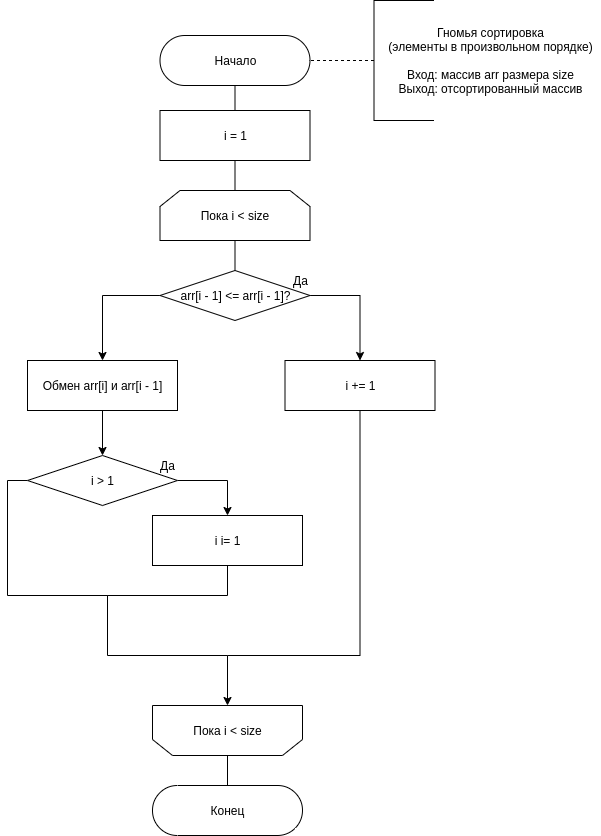
The draw.io diagram lab_03/docs/img/gnome_scheme.png in amunra2/aa-bmstu-iu7, before a commit. Source tidied: cells renumbered, new cells last; positions are measured from the earlier drawing's top-left corner, leaving out a move shared by most shapes.
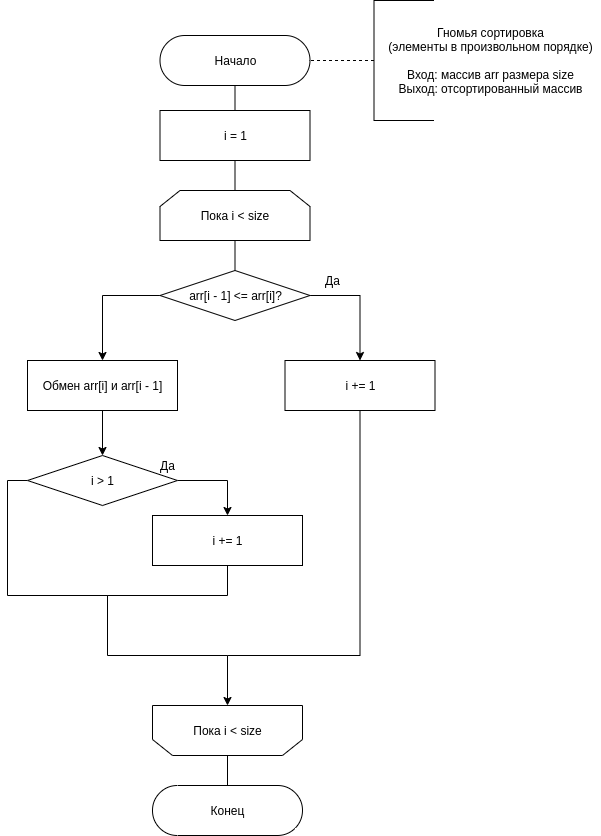
The same diagram one commit later.

Diff of the diagram source:
```diff
@@ -36,7 +36,7 @@
     <mxCell id="11" style="edgeStyle=orthogonalEdgeStyle;rounded=0;jettySize=auto;html=1;exitX=0;exitY=0.5;exitDx=0;exitDy=0;entryX=0.5;entryY=0;entryDx=0;entryDy=0;" parent="1" edge="1" source="12" target="22">
       <mxGeometry relative="1" as="geometry" />
     </mxCell>
-    <mxCell id="12" value="arr[i - 1] &amp;lt;= arr[i - 1]?" style="shape=rhombus;html=1;dashed=0;whitespace=wrap;perimeter=rhombusPerimeter;" parent="1" vertex="1">
+    <mxCell id="12" value="arr[i - 1] &amp;lt;= arr[i]?" style="shape=rhombus;html=1;dashed=0;whitespace=wrap;perimeter=rhombusPerimeter;" parent="1" vertex="1">
       <mxGeometry x="152.5" y="245" width="150" height="50" as="geometry" />
     </mxCell>
     <mxCell id="13" style="edgeStyle=orthogonalEdgeStyle;rounded=0;jettySize=auto;html=1;exitX=0.5;exitY=1;exitDx=0;exitDy=0;endArrow=none;endFill=0;" parent="1" edge="1" source="14">
@@ -61,7 +61,7 @@
       <mxGeometry x="180" y="695" width="80" height="20" as="geometry" />
     </mxCell>
     <mxCell id="18" value="Да" style="text;html=1;align=center;verticalAlign=middle;strokeColor=none;" parent="1" vertex="1">
-      <mxGeometry x="277.5" y="245" width="30" height="20" as="geometry" />
+      <mxGeometry x="310" y="245" width="30" height="20" as="geometry" />
     </mxCell>
     <mxCell id="19" value="Конец" style="html=1;dashed=0;whitespace=wrap;shape=mxgraph.dfd.start;" parent="1" vertex="1">
       <mxGeometry x="145" y="760" width="150" height="50" as="geometry" />
@@ -102,7 +102,7 @@
         </Array>
       </mxGeometry>
     </mxCell>
-    <mxCell id="27" value="i i= 1" style="html=1;dashed=0;whitespace=wrap;" parent="1" vertex="1">
+    <mxCell id="27" value="i += 1" style="html=1;dashed=0;whitespace=wrap;" parent="1" vertex="1">
       <mxGeometry x="145" y="490" width="150" height="50" as="geometry" />
     </mxCell>
     <mxCell id="28" value="Да" style="text;html=1;align=center;verticalAlign=middle;strokeColor=none;" parent="1" vertex="1">
```
